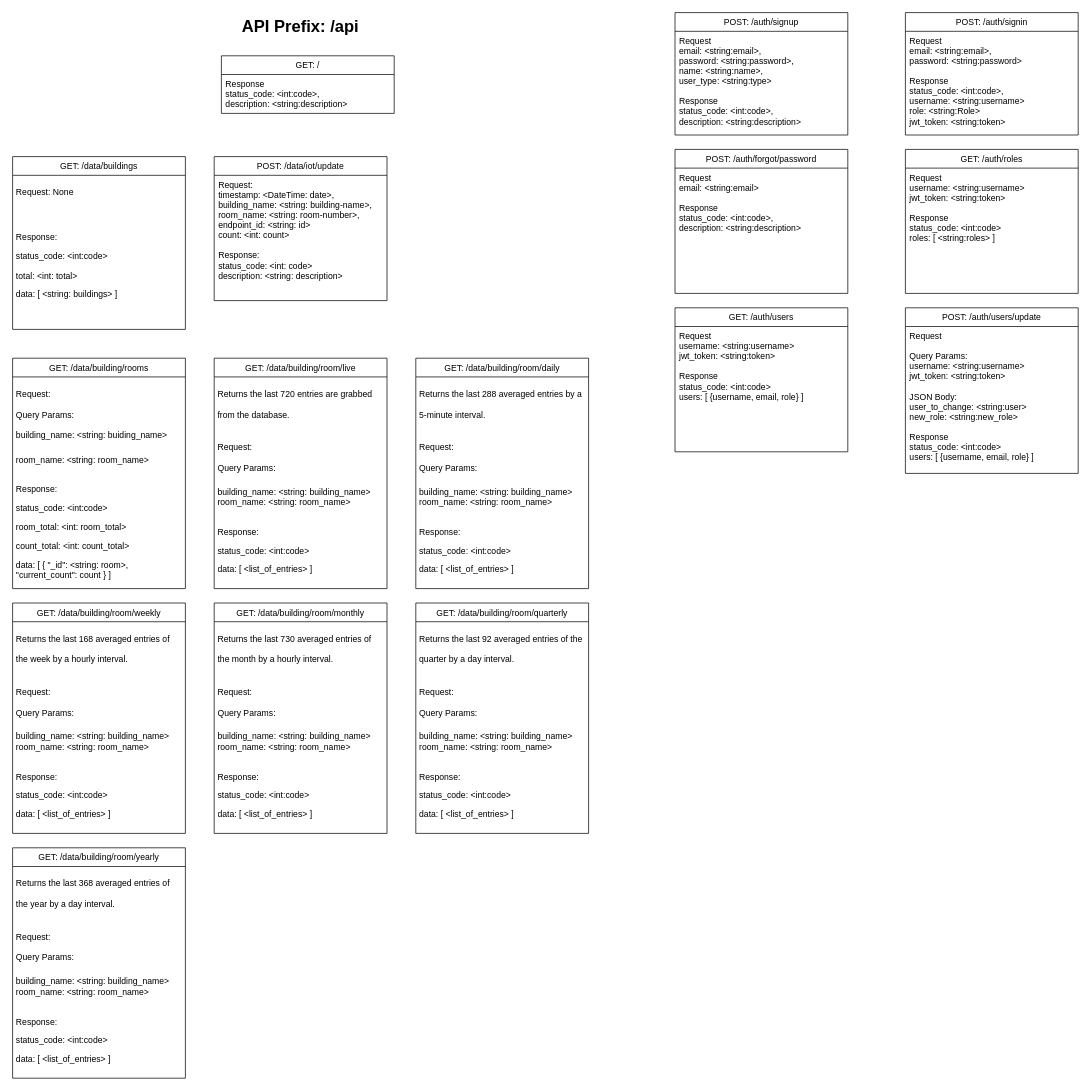
Above: Diagrams/pci-rest-api.drawio in PiWatcher/PiWatcher-Docs (draw.io), before the change. Source tidied: cells renumbered, new cells numbered last; positions are measured from the earlier drawing's top-left corner, leaving out a move shared by most shapes. Both pictures are drawn from the tidied source at 72%, with x=0, y=0 at pixel (12, 12).
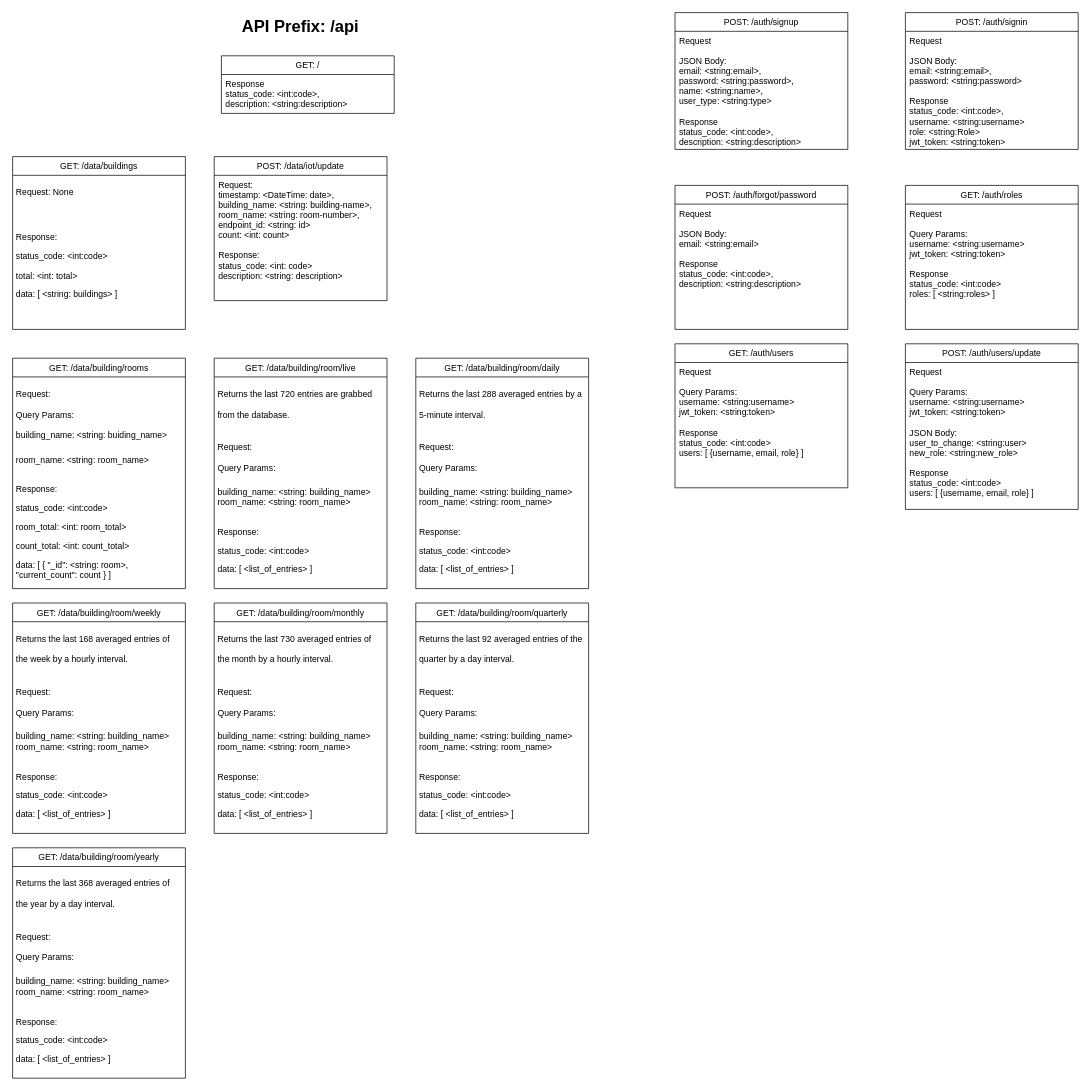
The same page after the edit.

Change to the diagram source:
```diff
@@
     <mxCell id="10" value="POST: /auth/signup" style="swimlane;fontStyle=0;horizontal=1;startSize=26;fillColor=none;align=center;" parent="1" vertex="1">
-      <mxGeometry x="920" width="240" height="170" as="geometry" />
+      <mxGeometry x="920" width="240" height="190" as="geometry" />
     </mxCell>
-    <mxCell id="11" value="Request&#10;email: &lt;string:email&gt;,&#10;password: &lt;string:password&gt;,&#10;name: &lt;string:name&gt;,&#10;user_type: &lt;string:type&gt;&#10;&#10;Response&#10;status_code: &lt;int:code&gt;,&#10;description: &lt;string:description&gt;" style="text;strokeColor=none;fillColor=none;align=left;verticalAlign=top;spacingLeft=4;spacingRight=4;overflow=hidden;fontStyle=0;" parent="10" vertex="1">
-      <mxGeometry y="26" width="240" height="144" as="geometry" />
+    <mxCell id="11" value="Request&#10;&#10;JSON Body:&#10;email: &lt;string:email&gt;,&#10;password: &lt;string:password&gt;,&#10;name: &lt;string:name&gt;,&#10;user_type: &lt;string:type&gt;&#10;&#10;Response&#10;status_code: &lt;int:code&gt;,&#10;description: &lt;string:description&gt;" style="text;strokeColor=none;fillColor=none;align=left;verticalAlign=top;spacingLeft=4;spacingRight=4;overflow=hidden;fontStyle=0;" parent="10" vertex="1">
+      <mxGeometry y="26" width="240" height="164" as="geometry" />
     </mxCell>
     <mxCell id="12" value="POST: /auth/signin" style="swimlane;fontStyle=0;horizontal=1;startSize=26;fillColor=none;align=center;" parent="1" vertex="1">
-      <mxGeometry x="1240" width="240" height="170" as="geometry" />
+      <mxGeometry x="1240" width="240" height="190" as="geometry" />
     </mxCell>
-    <mxCell id="13" value="Request&#10;email: &lt;string:email&gt;,&#10;password: &lt;string:password&gt;&#10;&#10;Response&#10;status_code: &lt;int:code&gt;,&#10;username: &lt;string:username&gt;&#10;role: &lt;string:Role&gt;&#10;jwt_token: &lt;string:token&gt;&#10;&#10;" style="text;strokeColor=none;fillColor=none;align=left;verticalAlign=top;spacingLeft=4;spacingRight=4;overflow=hidden;" parent="12" vertex="1">
-      <mxGeometry y="26" width="240" height="144" as="geometry" />
+    <mxCell id="13" value="Request&#10;&#10;JSON Body:&#10;email: &lt;string:email&gt;,&#10;password: &lt;string:password&gt;&#10;&#10;Response&#10;status_code: &lt;int:code&gt;,&#10;username: &lt;string:username&gt;&#10;role: &lt;string:Role&gt;&#10;jwt_token: &lt;string:token&gt;&#10;&#10;" style="text;strokeColor=none;fillColor=none;align=left;verticalAlign=top;spacingLeft=4;spacingRight=4;overflow=hidden;" parent="12" vertex="1">
+      <mxGeometry y="26" width="240" height="164" as="geometry" />
     </mxCell>
@@
     <mxCell id="28" value="POST: /auth/forgot/password" style="swimlane;fontStyle=0;horizontal=1;startSize=26;fillColor=none;align=center;" parent="1" vertex="1">
-      <mxGeometry x="920" y="190" width="240" height="200" as="geometry" />
+      <mxGeometry x="920" y="240" width="240" height="200" as="geometry" />
     </mxCell>
-    <mxCell id="29" value="Request&#10;email: &lt;string:email&gt;&#10;&#10;Response&#10;status_code: &lt;int:code&gt;,&#10;description: &lt;string:description&gt;" style="text;strokeColor=none;fillColor=none;align=left;verticalAlign=top;spacingLeft=4;spacingRight=4;overflow=hidden;" parent="28" vertex="1">
+    <mxCell id="29" value="Request&#10;&#10;JSON Body:&#10;email: &lt;string:email&gt;&#10;&#10;Response&#10;status_code: &lt;int:code&gt;,&#10;description: &lt;string:description&gt;" style="text;strokeColor=none;fillColor=none;align=left;verticalAlign=top;spacingLeft=4;spacingRight=4;overflow=hidden;" parent="28" vertex="1">
       <mxGeometry y="26" width="240" height="174" as="geometry" />
     </mxCell>
     <mxCell id="30" value="GET: /auth/roles" style="swimlane;fontStyle=0;horizontal=1;startSize=26;fillColor=none;align=center;" parent="1" vertex="1">
-      <mxGeometry x="1240" y="190" width="240" height="200" as="geometry" />
+      <mxGeometry x="1240" y="240" width="240" height="200" as="geometry" />
     </mxCell>
-    <mxCell id="31" value="Request&#10;username: &lt;string:username&gt;&#10;jwt_token: &lt;string:token&gt;&#10;&#10;Response&#10;status_code: &lt;int:code&gt;&#10;roles: [ &lt;string:roles&gt; ] " style="text;strokeColor=none;fillColor=none;align=left;verticalAlign=top;spacingLeft=4;spacingRight=4;overflow=hidden;" parent="30" vertex="1">
+    <mxCell id="31" value="Request&#10;&#10;Query Params:&#10;username: &lt;string:username&gt;&#10;jwt_token: &lt;string:token&gt;&#10;&#10;Response&#10;status_code: &lt;int:code&gt;&#10;roles: [ &lt;string:roles&gt; ] " style="text;strokeColor=none;fillColor=none;align=left;verticalAlign=top;spacingLeft=4;spacingRight=4;overflow=hidden;" parent="30" vertex="1">
       <mxGeometry y="26" width="240" height="174" as="geometry" />
     </mxCell>
     <mxCell id="32" value="GET: /auth/users" style="swimlane;fontStyle=0;horizontal=1;startSize=26;fillColor=none;align=center;" parent="1" vertex="1">
-      <mxGeometry x="920" y="410" width="240" height="200" as="geometry" />
+      <mxGeometry x="920" y="460" width="240" height="200" as="geometry" />
     </mxCell>
-    <mxCell id="33" value="Request&#10;username: &lt;string:username&gt;&#10;jwt_token: &lt;string:token&gt;&#10;&#10;Response&#10;status_code: &lt;int:code&gt;&#10;users: [ {username, email, role} ] " style="text;strokeColor=none;fillColor=none;align=left;verticalAlign=top;spacingLeft=4;spacingRight=4;overflow=hidden;" parent="32" vertex="1">
+    <mxCell id="33" value="Request&#10;&#10;Query Params:&#10;username: &lt;string:username&gt;&#10;jwt_token: &lt;string:token&gt;&#10;&#10;Response&#10;status_code: &lt;int:code&gt;&#10;users: [ {username, email, role} ] " style="text;strokeColor=none;fillColor=none;align=left;verticalAlign=top;spacingLeft=4;spacingRight=4;overflow=hidden;" parent="32" vertex="1">
       <mxGeometry y="26" width="240" height="174" as="geometry" />
     </mxCell>
     <mxCell id="34" value="POST: /auth/users/update" style="swimlane;fontStyle=0;horizontal=1;startSize=26;fillColor=none;align=center;" parent="1" vertex="1">
-      <mxGeometry x="1240" y="410" width="240" height="230" as="geometry" />
+      <mxGeometry x="1240" y="460" width="240" height="230" as="geometry" />
     </mxCell>
```
